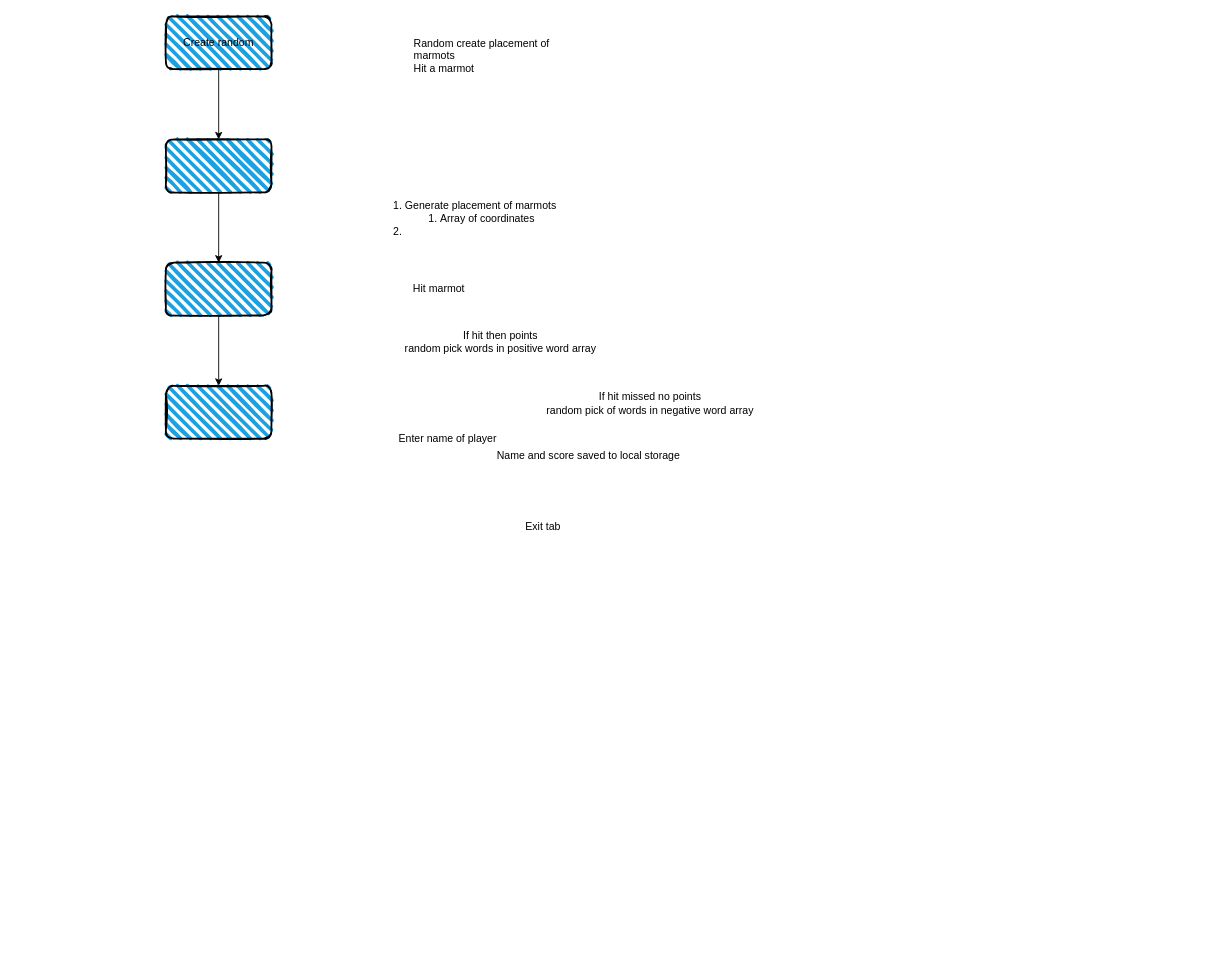
The draw.io diagram docs/uml/whack-a-marmot.drawio in halfpintutopia/whack-a-marmot, before the edit. Source tidied: cells renumbered, new cells numbered last; positions are measured from the earlier drawing's top-left corner, leaving out a move shared by most shapes. Both pictures are drawn from the tidied source at 88%, with x=0, y=0 at pixel (165, 16).
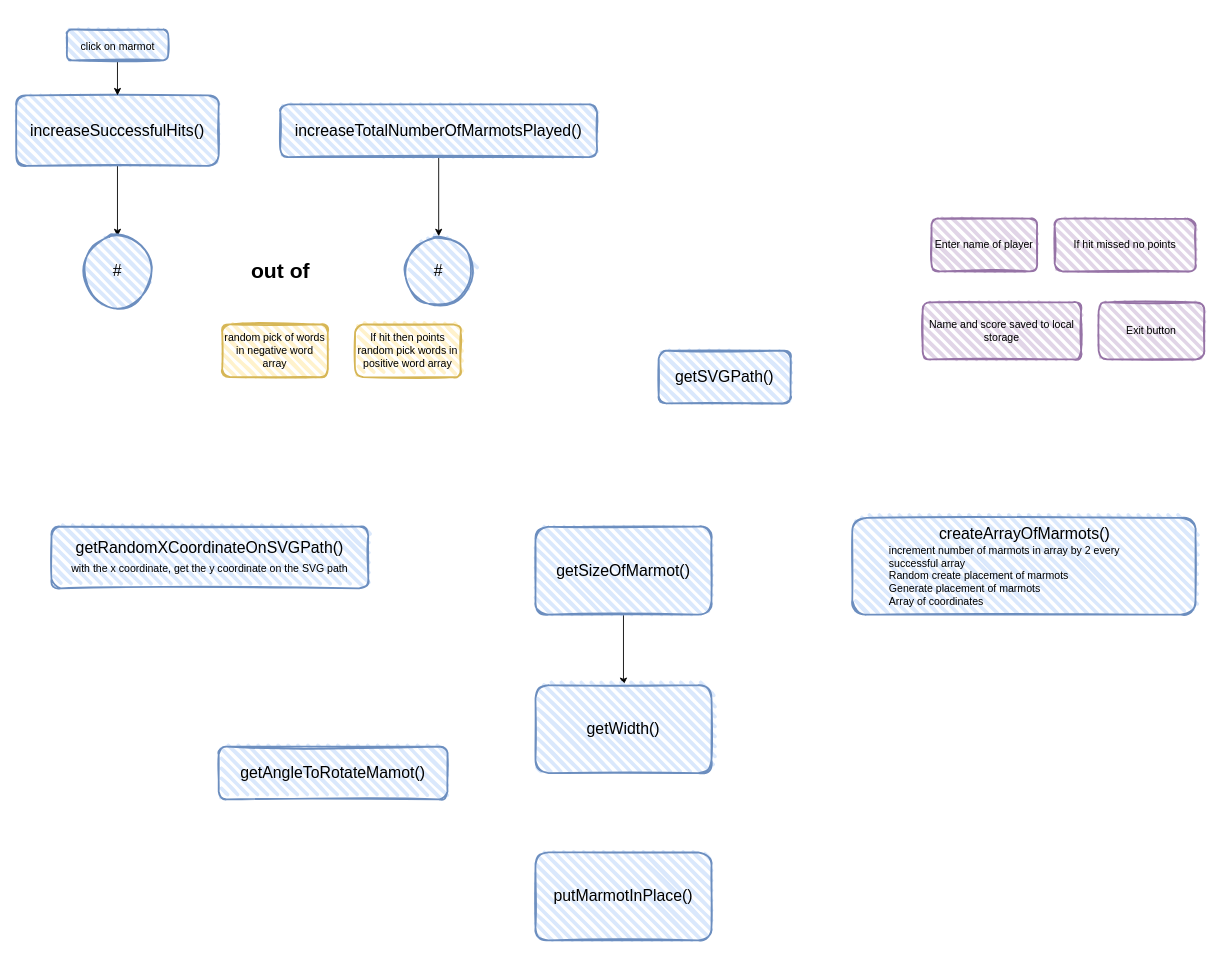
Above is the later version.

Commit message:
Initial methods for game

What changed in the source:
```diff
@@
-    <mxCell id="2" style="edgeStyle=orthogonalEdgeStyle;rounded=0;jettySize=auto;html=1;" parent="1" edge="1" source="3" target="5">
-      <mxGeometry relative="1" as="geometry" />
-    </mxCell>
-    <mxCell id="3" value="Create random" style="rounded=1;whiteSpace=wrap;html=1;strokeWidth=2;fillWeight=4;hachureGap=8;hachureAngle=45;fillColor=#1ba1e2;sketch=1;" parent="1" vertex="1">
-      <mxGeometry width="120" height="60" as="geometry" />
-    </mxCell>
-    <mxCell id="4" style="edgeStyle=orthogonalEdgeStyle;rounded=0;jettySize=auto;html=1;" parent="1" edge="1" source="5" target="7">
-      <mxGeometry relative="1" as="geometry" />
-    </mxCell>
-    <mxCell id="5" style="whiteSpace=wrap;html=1;fillColor=#1ba1e2;rounded=1;strokeWidth=2;fillWeight=4;hachureGap=8;hachureAngle=45;sketch=1;" parent="1" vertex="1">
-      <mxGeometry y="140" width="120" height="60" as="geometry" />
-    </mxCell>
-    <mxCell id="6" style="edgeStyle=orthogonalEdgeStyle;rounded=0;jettySize=auto;html=1;" parent="1" edge="1" source="7" target="8">
-      <mxGeometry relative="1" as="geometry" />
-    </mxCell>
-    <mxCell id="7" style="whiteSpace=wrap;html=1;fillColor=#1ba1e2;rounded=1;strokeWidth=2;fillWeight=4;hachureGap=8;hachureAngle=45;sketch=1;" parent="1" vertex="1">
-      <mxGeometry y="280" width="120" height="60" as="geometry" />
-    </mxCell>
-    <mxCell id="8" style="whiteSpace=wrap;html=1;fillColor=#1ba1e2;rounded=1;strokeWidth=2;fillWeight=4;hachureGap=8;hachureAngle=45;sketch=1;" parent="1" vertex="1">
-      <mxGeometry y="420" width="120" height="60" as="geometry" />
-    </mxCell>
-    <mxCell id="9" value="&lt;div style=&quot;&quot;&gt;&lt;span style=&quot;background-color: initial;&quot;&gt;Random create placement of marmots&lt;/span&gt;&lt;/div&gt;&lt;div style=&quot;&quot;&gt;&lt;span style=&quot;background-color: initial;&quot;&gt;Hit a marmot&lt;/span&gt;&lt;/div&gt;" style="text;html=1;strokeColor=none;fillColor=none;align=left;verticalAlign=middle;whiteSpace=wrap;rounded=0;" parent="1" vertex="1">
-      <mxGeometry x="280" y="30" width="200" height="30" as="geometry" />
-    </mxCell>
-    <mxCell id="10" value="&lt;ol&gt;&lt;li&gt;&lt;span style=&quot;background-color: initial;&quot;&gt;Generate placement of marmots&lt;/span&gt;&lt;/li&gt;&lt;ol&gt;&lt;li&gt;&lt;span style=&quot;background-color: initial;&quot;&gt;Array of coordinates&lt;/span&gt;&lt;/li&gt;&lt;/ol&gt;&lt;li&gt;&lt;br&gt;&lt;/li&gt;&lt;/ol&gt;" style="text;strokeColor=none;fillColor=none;html=1;whiteSpace=wrap;verticalAlign=middle;overflow=hidden;" parent="1" vertex="1">
-      <mxGeometry x="230" y="190" width="620" height="80" as="geometry" />
-    </mxCell>
-    <mxCell id="11" value="Hit marmot" style="text;html=1;align=center;verticalAlign=middle;strokeColor=none;fillColor=none;" parent="1" vertex="1">
-      <mxGeometry x="270" y="295" width="80" height="30" as="geometry" />
-    </mxCell>
-    <mxCell id="12" value="If hit then points&lt;br&gt;random pick words in positive word array" style="text;html=1;align=center;verticalAlign=middle;strokeColor=none;fillColor=none;" parent="1" vertex="1">
-      <mxGeometry x="260" y="350" width="240" height="40" as="geometry" />
-    </mxCell>
-    <mxCell id="13" value="If hit missed no points&lt;br&gt;random pick of words in negative word array" style="text;html=1;align=center;verticalAlign=middle;strokeColor=none;fillColor=none;" parent="1" vertex="1">
-      <mxGeometry x="420" y="420" width="260" height="40" as="geometry" />
+    <mxCell id="13" value="&lt;div align=&quot;left&quot;&gt;&lt;br&gt;&lt;/div&gt;" style="text;html=1;align=left;verticalAlign=middle;strokeColor=none;fillColor=none;" parent="1" vertex="1">
+      <mxGeometry x="1010" y="25" width="20" height="30" as="geometry" />
     </mxCell>
-    <mxCell id="14" value="Enter name of player" style="text;html=1;align=center;verticalAlign=middle;strokeColor=none;fillColor=none;" parent="1" vertex="1">
-      <mxGeometry x="255" y="465" width="130" height="30" as="geometry" />
+    <mxCell id="14" value="&lt;div align=&quot;left&quot;&gt;&lt;br&gt;&lt;/div&gt;" style="text;html=1;align=left;verticalAlign=middle;strokeColor=none;fillColor=none;" parent="1" vertex="1">
+      <mxGeometry x="1010" y="5" width="20" height="30" as="geometry" />
     </mxCell>
-    <mxCell id="15" value="Name and score saved to local storage" style="text;html=1;align=center;verticalAlign=middle;strokeColor=none;fillColor=none;" parent="1" vertex="1">
-      <mxGeometry x="365" y="485" width="230" height="30" as="geometry" />
+    <mxCell id="15" value="&lt;div align=&quot;left&quot;&gt;&lt;br&gt;&lt;/div&gt;" style="text;html=1;align=left;verticalAlign=middle;strokeColor=none;fillColor=none;" parent="1" vertex="1">
+      <mxGeometry x="1010" y="45" width="20" height="30" as="geometry" />
     </mxCell>
-    <mxCell id="16" value="Exit tab&amp;nbsp;" style="text;html=1;align=center;verticalAlign=middle;strokeColor=none;fillColor=none;" parent="1" vertex="1">
-      <mxGeometry x="395" y="565" width="70" height="30" as="geometry" />
+    <mxCell id="16" value="&lt;div align=&quot;left&quot;&gt;&lt;br&gt;&lt;/div&gt;" style="text;html=1;align=left;verticalAlign=middle;strokeColor=none;fillColor=none;" parent="1" vertex="1">
+      <mxGeometry x="1010" y="70" width="20" height="30" as="geometry" />
     </mxCell>
+    <mxCell id="17" value="&lt;font style=&quot;font-size: 18px;&quot;&gt;&lt;font style=&quot;font-size: 18px;&quot;&gt;putMarmotInPlace&lt;/font&gt;()&lt;/font&gt;" style="rounded=1;whiteSpace=wrap;html=1;strokeWidth=2;fillWeight=4;hachureGap=8;hachureAngle=45;fillColor=#dae8fc;sketch=1;strokeColor=#6c8ebf;" parent="1" vertex="1">
+      <mxGeometry x="420" y="950" width="200" height="100" as="geometry" />
+    </mxCell>
+    <mxCell id="18" style="edgeStyle=orthogonalEdgeStyle;rounded=0;jettySize=auto;html=1;fontSize=18;" parent="1" edge="1" source="19" target="21">
+      <mxGeometry relative="1" as="geometry" />
+    </mxCell>
+    <mxCell id="19" value="&lt;font style=&quot;font-size: 18px;&quot;&gt;getSizeOfMarmot()&lt;/font&gt;" style="rounded=1;whiteSpace=wrap;html=1;strokeWidth=2;fillWeight=4;hachureGap=8;hachureAngle=45;fillColor=#dae8fc;sketch=1;strokeColor=#6c8ebf;" parent="1" vertex="1">
+      <mxGeometry x="420" y="580" width="200" height="100" as="geometry" />
+    </mxCell>
+    <mxCell id="20" value="&lt;blockquote&gt;&lt;div align=&quot;center&quot;&gt;&lt;font style=&quot;font-size: 18px;&quot;&gt;createArrayOfMarmots()&lt;/font&gt;&lt;/div&gt;&lt;div align=&quot;left&quot;&gt;increment number of marmots in array by 2 every successful array&lt;/div&gt;&lt;div align=&quot;left&quot;&gt;&lt;span style=&quot;background-color: initial;&quot;&gt;Random create placement of marmots&lt;/span&gt;&lt;/div&gt;&lt;div align=&quot;left&quot;&gt;&lt;span style=&quot;background-color: initial;&quot;&gt;Generate placement of marmots&lt;/span&gt;&lt;br&gt;&lt;span style=&quot;background-color: initial;&quot;&gt;Array of coordinates&lt;/span&gt;&lt;/div&gt;&lt;/blockquote&gt;" style="rounded=1;whiteSpace=wrap;html=1;strokeWidth=2;fillWeight=4;hachureGap=8;hachureAngle=45;fillColor=#dae8fc;sketch=1;strokeColor=#6c8ebf;align=left;" parent="1" vertex="1">
+      <mxGeometry x="780" y="570" width="390" height="110" as="geometry" />
+    </mxCell>
+    <mxCell id="21" value="&lt;font style=&quot;font-size: 18px;&quot;&gt;getWidth()&lt;/font&gt;" style="rounded=1;whiteSpace=wrap;html=1;strokeWidth=2;fillWeight=4;hachureGap=8;hachureAngle=45;fillColor=#dae8fc;sketch=1;strokeColor=#6c8ebf;" parent="1" vertex="1">
+      <mxGeometry x="420" y="760" width="200" height="100" as="geometry" />
+    </mxCell>
+    <mxCell id="22" style="edgeStyle=orthogonalEdgeStyle;rounded=0;jettySize=auto;html=1;fontSize=18;" parent="1" edge="1" source="23" target="24">
+      <mxGeometry relative="1" as="geometry" />
+    </mxCell>
+    <mxCell id="23" value="increaseSuccessfulHits()" style="rounded=1;whiteSpace=wrap;html=1;strokeWidth=2;fillWeight=4;hachureGap=8;hachureAngle=45;fillColor=#dae8fc;sketch=1;fontSize=18;strokeColor=#6c8ebf;" parent="1" vertex="1">
+      <mxGeometry x="-170" y="90" width="230" height="80" as="geometry" />
+    </mxCell>
+    <mxCell id="24" value="#" style="ellipse;whiteSpace=wrap;html=1;fontSize=18;fillColor=#dae8fc;strokeColor=#6c8ebf;rounded=1;strokeWidth=2;fillWeight=4;hachureGap=8;hachureAngle=45;sketch=1;" parent="1" vertex="1">
+      <mxGeometry x="-95" y="250" width="80" height="80" as="geometry" />
+    </mxCell>
+    <mxCell id="25" style="edgeStyle=orthogonalEdgeStyle;rounded=0;jettySize=auto;html=1;fontSize=18;" parent="1" edge="1" source="26" target="27">
+      <mxGeometry relative="1" as="geometry" />
+    </mxCell>
+    <mxCell id="26" value="increaseTotalNumberOfMarmotsPlayed()" style="rounded=1;whiteSpace=wrap;html=1;strokeWidth=2;fillWeight=4;hachureGap=8;hachureAngle=45;fillColor=#dae8fc;sketch=1;fontSize=18;strokeColor=#6c8ebf;" parent="1" vertex="1">
+      <mxGeometry x="130" y="100" width="360" height="60" as="geometry" />
+    </mxCell>
+    <mxCell id="27" value="#" style="ellipse;whiteSpace=wrap;html=1;fontSize=18;fillColor=#dae8fc;strokeColor=#6c8ebf;rounded=1;strokeWidth=2;fillWeight=4;hachureGap=8;hachureAngle=45;sketch=1;" parent="1" vertex="1">
+      <mxGeometry x="270" y="250" width="80" height="80" as="geometry" />
+    </mxCell>
+    <mxCell id="28" value="out of " style="text;strokeColor=none;fillColor=none;html=1;fontSize=24;fontStyle=1;verticalAlign=middle;align=center;" parent="1" vertex="1">
+      <mxGeometry x="80" y="270" width="100" height="40" as="geometry" />
+    </mxCell>
+    <mxCell id="29" value="getSVGPath()" style="rounded=1;whiteSpace=wrap;html=1;strokeWidth=2;fillWeight=4;hachureGap=8;hachureAngle=45;fillColor=#dae8fc;sketch=1;fontSize=18;strokeColor=#6c8ebf;" parent="1" vertex="1">
+      <mxGeometry x="560" y="380" width="150" height="60" as="geometry" />
+    </mxCell>
+    <mxCell id="30" value="&lt;div&gt;getRandomXCoordinateOnSVGPath()&lt;/div&gt;&lt;font style=&quot;font-size: 12px;&quot;&gt;with the x coordinate, get the y coordinate on the SVG path&lt;/font&gt;" style="rounded=1;whiteSpace=wrap;html=1;strokeWidth=2;fillWeight=4;hachureGap=8;hachureAngle=45;fillColor=#dae8fc;sketch=1;fontSize=18;strokeColor=#6c8ebf;" parent="1" vertex="1">
+      <mxGeometry x="-130" y="580" width="360" height="70" as="geometry" />
+    </mxCell>
+    <mxCell id="31" value="&lt;font style=&quot;font-size: 18px;&quot;&gt;getAngleToRotateMamot()&lt;/font&gt;" style="rounded=1;whiteSpace=wrap;html=1;strokeWidth=2;fillWeight=4;hachureGap=8;hachureAngle=45;fillColor=#dae8fc;sketch=1;fontSize=12;strokeColor=#6c8ebf;" parent="1" vertex="1">
+      <mxGeometry x="60" y="830" width="260" height="60" as="geometry" />
+    </mxCell>
+    <mxCell id="32" style="edgeStyle=orthogonalEdgeStyle;rounded=0;jettySize=auto;html=1;entryX=0.5;entryY=0;entryDx=0;entryDy=0;fontSize=18;" parent="1" edge="1" source="33" target="23">
+      <mxGeometry relative="1" as="geometry" />
+    </mxCell>
+    <mxCell id="33" value="&lt;font style=&quot;font-size: 12px;&quot;&gt;click on marmot&lt;/font&gt;" style="rounded=1;whiteSpace=wrap;html=1;strokeWidth=2;fillWeight=4;hachureGap=8;hachureAngle=45;fillColor=#dae8fc;sketch=1;fontSize=18;strokeColor=#6c8ebf;" parent="1" vertex="1">
+      <mxGeometry x="-112.5" y="15" width="115" height="35" as="geometry" />
+    </mxCell>
+    <mxCell id="34" value="random pick of words in negative word array" style="rounded=1;whiteSpace=wrap;html=1;strokeWidth=2;fillWeight=4;hachureGap=8;hachureAngle=45;fillColor=#fff2cc;sketch=1;fontSize=12;strokeColor=#d6b656;" parent="1" vertex="1">
+      <mxGeometry x="64" y="350" width="120" height="60" as="geometry" />
+    </mxCell>
+    <mxCell id="12" value="If hit then points&lt;br&gt;random pick words in positive word array" style="rounded=1;whiteSpace=wrap;html=1;strokeWidth=2;fillWeight=4;hachureGap=8;hachureAngle=45;fillColor=#fff2cc;sketch=1;fontSize=12;strokeColor=#d6b656;" parent="1" vertex="1">
+      <mxGeometry x="215" y="350" width="120" height="60" as="geometry" />
+    </mxCell>
+    <mxCell id="35" value="&lt;div align=&quot;left&quot;&gt;Enter name of player&lt;/div&gt;" style="rounded=1;whiteSpace=wrap;html=1;strokeWidth=2;fillWeight=4;hachureGap=8;hachureAngle=45;fillColor=#e1d5e7;sketch=1;fontSize=12;strokeColor=#9673a6;" parent="1" vertex="1">
+      <mxGeometry x="870" y="230" width="120" height="60" as="geometry" />
+    </mxCell>
+    <mxCell id="36" value="&lt;div align=&quot;left&quot;&gt;&lt;div align=&quot;left&quot;&gt;Exit button&lt;br&gt;&lt;/div&gt;&lt;/div&gt;" style="rounded=1;whiteSpace=wrap;html=1;strokeWidth=2;fillWeight=4;hachureGap=8;hachureAngle=45;fillColor=#e1d5e7;sketch=1;fontSize=12;strokeColor=#9673a6;" parent="1" vertex="1">
+      <mxGeometry x="1060" y="325" width="120" height="65" as="geometry" />
+    </mxCell>
+    <mxCell id="37" value="&lt;div align=&quot;center&quot;&gt;Name and score saved to local storage&lt;/div&gt;" style="rounded=1;whiteSpace=wrap;html=1;strokeWidth=2;fillWeight=4;hachureGap=8;hachureAngle=45;fillColor=#e1d5e7;sketch=1;fontSize=12;strokeColor=#9673a6;align=center;" parent="1" vertex="1">
+      <mxGeometry x="860" y="325" width="180" height="65" as="geometry" />
+    </mxCell>
+    <mxCell id="38" value="If hit missed no points" style="rounded=1;whiteSpace=wrap;html=1;strokeWidth=2;fillWeight=4;hachureGap=8;hachureAngle=45;fillColor=#e1d5e7;sketch=1;fontSize=12;strokeColor=#9673a6;" parent="1" vertex="1">
+      <mxGeometry x="1010" y="230" width="160" height="60" as="geometry" />
+    </mxCell>
```
